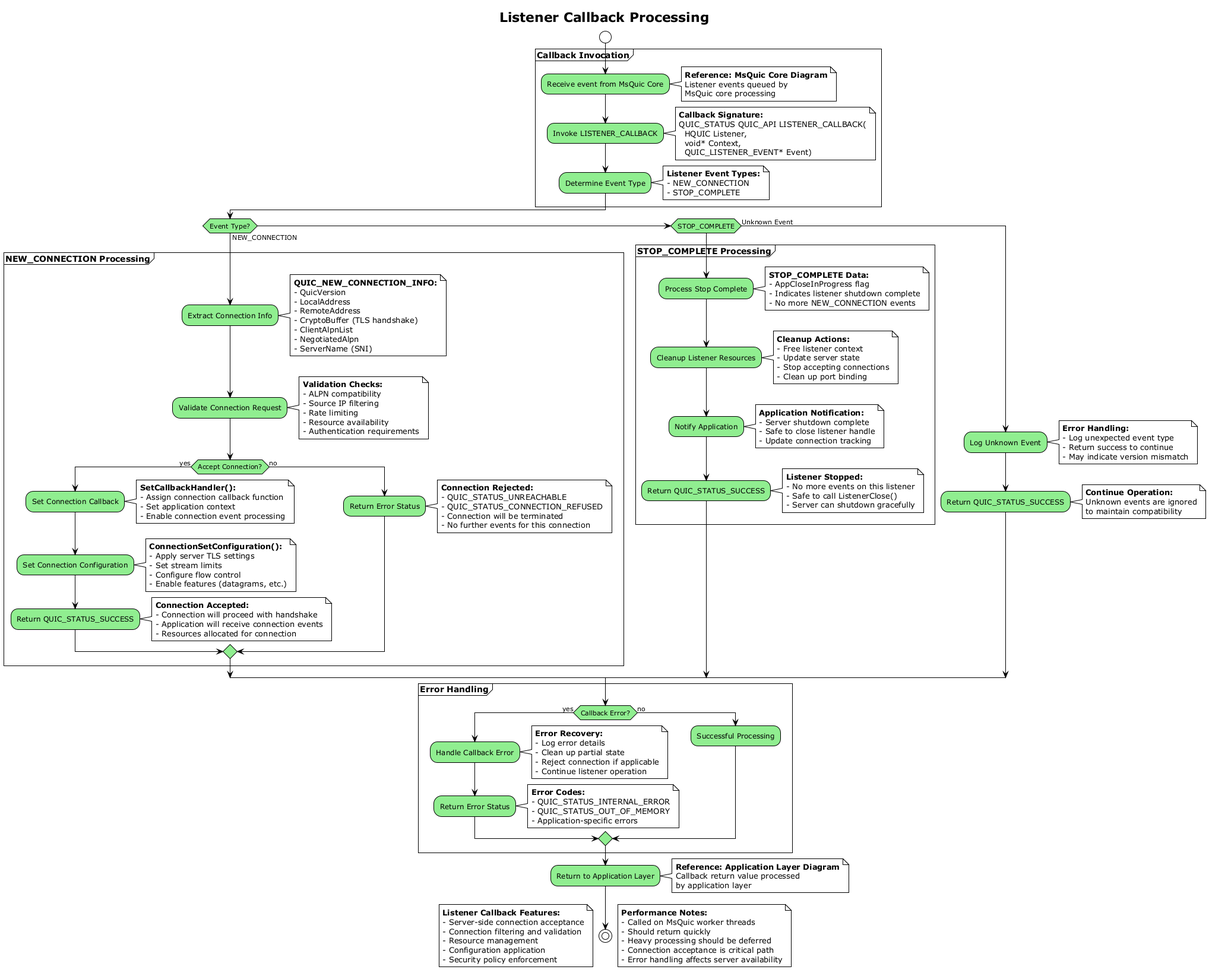
This is docs/images/discrete-activity-listener-callback-processing.png from mikebiz/quic-cert-user, a PlantUML export, as it was before one commit. The source it was exported from:
```plantuml
@startuml
!theme plain
skinparam activity {
  BackgroundColor lightgreen
  BorderColor black
  ArrowColor black
}

title Listener Callback Processing

start

partition "**Callback Invocation**" {
  :Receive event from MsQuic Core;
  note right
  **Reference: MsQuic Core Diagram**
  Listener events queued by
  MsQuic core processing
  end note

  :Invoke LISTENER_CALLBACK;
  note right
  **Callback Signature:**
  QUIC_STATUS QUIC_API LISTENER_CALLBACK(
    HQUIC Listener,
    void* Context,
    QUIC_LISTENER_EVENT* Event)
  end note

  :Determine Event Type;
  note right
  **Listener Event Types:**
  - NEW_CONNECTION
  - STOP_COMPLETE
  end note
}

if (Event Type?) then (NEW_CONNECTION)

  partition "**NEW_CONNECTION Processing**" {
    :Extract Connection Info;
    note right
    **QUIC_NEW_CONNECTION_INFO:**
    - QuicVersion
    - LocalAddress
    - RemoteAddress
    - CryptoBuffer (TLS handshake)
    - ClientAlpnList
    - NegotiatedAlpn
    - ServerName (SNI)
    end note

    :Validate Connection Request;
    note right
    **Validation Checks:**
    - ALPN compatibility
    - Source IP filtering
    - Rate limiting
    - Resource availability
    - Authentication requirements
    end note

    if (Accept Connection?) then (yes)
      :Set Connection Callback;
      note right
      **SetCallbackHandler():**
      - Assign connection callback function
      - Set application context
      - Enable connection event processing
      end note

      :Set Connection Configuration;
      note right
      **ConnectionSetConfiguration():**
      - Apply server TLS settings
      - Set stream limits
      - Configure flow control
      - Enable features (datagrams, etc.)
      end note

      :Return QUIC_STATUS_SUCCESS;
      note right
      **Connection Accepted:**
      - Connection will proceed with handshake
      - Application will receive connection events
      - Resources allocated for connection
      end note

    else (no)
      :Return Error Status;
      note right
      **Connection Rejected:**
      - QUIC_STATUS_UNREACHABLE
      - QUIC_STATUS_CONNECTION_REFUSED
      - Connection will be terminated
      - No further events for this connection
      end note
    endif
  }

elseif (STOP_COMPLETE)

  partition "**STOP_COMPLETE Processing**" {
    :Process Stop Complete;
    note right
    **STOP_COMPLETE Data:**
    - AppCloseInProgress flag
    - Indicates listener shutdown complete
    - No more NEW_CONNECTION events
    end note

    :Cleanup Listener Resources;
    note right
    **Cleanup Actions:**
    - Free listener context
    - Update server state
    - Stop accepting connections
    - Clean up port binding
    end note

    :Notify Application;
    note right
    **Application Notification:**
    - Server shutdown complete
    - Safe to close listener handle
    - Update connection tracking
    end note

    :Return QUIC_STATUS_SUCCESS;
    note right
    **Listener Stopped:**
    - No more events on this listener
    - Safe to call ListenerClose()
    - Server can shutdown gracefully
    end note
  }

else (Unknown Event)
  :Log Unknown Event;
  note right
  **Error Handling:**
  - Log unexpected event type
  - Return success to continue
  - May indicate version mismatch
  end note

  :Return QUIC_STATUS_SUCCESS;
  note right
  **Continue Operation:**
  Unknown events are ignored
  to maintain compatibility
  end note
endif

partition "**Error Handling**" {
  if (Callback Error?) then (yes)
    :Handle Callback Error;
    note right
    **Error Recovery:**
    - Log error details
    - Clean up partial state
    - Reject connection if applicable
    - Continue listener operation
    end note

    :Return Error Status;
    note right
    **Error Codes:**
    - QUIC_STATUS_INTERNAL_ERROR
    - QUIC_STATUS_OUT_OF_MEMORY
    - Application-specific errors
    end note
  else (no)
    :Successful Processing;
  endif
}

:Return to Application Layer;
note right
**Reference: Application Layer Diagram**
Callback return value processed
by application layer
end note

stop

note left
**Listener Callback Features:**
- Server-side connection acceptance
- Connection filtering and validation
- Resource management
- Configuration application
- Security policy enforcement
end note

note right
**Performance Notes:**
- Called on MsQuic worker threads
- Should return quickly
- Heavy processing should be deferred
- Connection acceptance is critical path
- Error handling affects server availability
end note
@enduml
```
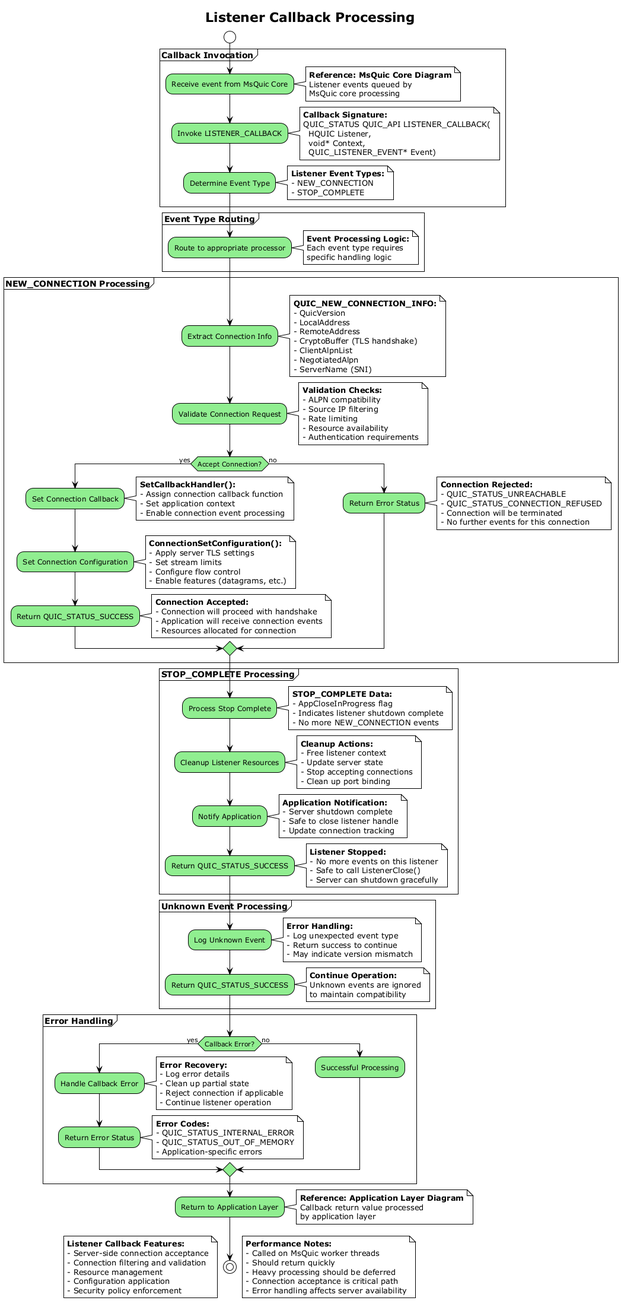
After the change.

What changed in the source:
```diff
@@ -35,107 +35,112 @@
   end note
 }
 
-if (Event Type?) then (NEW_CONNECTION)
+partition "**Event Type Routing**" {
+  :Route to appropriate processor;
+  note right
+  **Event Processing Logic:**
+  Each event type requires
+  specific handling logic
+  end note
+}
 
-  partition "**NEW_CONNECTION Processing**" {
-    :Extract Connection Info;
+partition "**NEW_CONNECTION Processing**" {
+  :Extract Connection Info;
+  note right
+  **QUIC_NEW_CONNECTION_INFO:**
+  - QuicVersion
+  - LocalAddress
+  - RemoteAddress
+  - CryptoBuffer (TLS handshake)
+  - ClientAlpnList
+  - NegotiatedAlpn
+  - ServerName (SNI)
+  end note
+
+  :Validate Connection Request;
+  note right
+  **Validation Checks:**
+  - ALPN compatibility
+  - Source IP filtering
+  - Rate limiting
+  - Resource availability
+  - Authentication requirements
+  end note
+
+  if (Accept Connection?) then (yes)
+    :Set Connection Callback;
     note right
-    **QUIC_NEW_CONNECTION_INFO:**
-    - QuicVersion
-    - LocalAddress
-    - RemoteAddress
-    - CryptoBuffer (TLS handshake)
-    - ClientAlpnList
-    - NegotiatedAlpn
-    - ServerName (SNI)
+    **SetCallbackHandler():**
+    - Assign connection callback function
+    - Set application context
+    - Enable connection event processing
     end note
 
-    :Validate Connection Request;
+    :Set Connection Configuration;
     note right
-    **Validation Checks:**
-    - ALPN compatibility
-    - Source IP filtering
-    - Rate limiting
-    - Resource availability
-    - Authentication requirements
-    end note
-
-    if (Accept Connection?) then (yes)
-      :Set Connection Callback;
-      note right
-      **SetCallbackHandler():**
-      - Assign connection callback function
-      - Set application context
-      - Enable connection event processing
-      end note
-
-      :Set Connection Configuration;
-      note right
-      **ConnectionSetConfiguration():**
-      - Apply server TLS settings
-      - Set stream limits
-      - Configure flow control
-      - Enable features (datagrams, etc.)
-      end note
-
-      :Return QUIC_STATUS_SUCCESS;
-      note right
-      **Connection Accepted:**
-      - Connection will proceed with handshake
-      - Application will receive connection events
-      - Resources allocated for connection
-      end note
-
-    else (no)
-      :Return Error Status;
-      note right
-      **Connection Rejected:**
-      - QUIC_STATUS_UNREACHABLE
-      - QUIC_STATUS_CONNECTION_REFUSED
-      - Connection will be terminated
-      - No further events for this connection
-      end note
-    endif
-  }
-
-elseif (STOP_COMPLETE)
-
-  partition "**STOP_COMPLETE Processing**" {
-    :Process Stop Complete;
-    note right
-    **STOP_COMPLETE Data:**
-    - AppCloseInProgress flag
-    - Indicates listener shutdown complete
-    - No more NEW_CONNECTION events
-    end note
-
-    :Cleanup Listener Resources;
-    note right
-    **Cleanup Actions:**
-    - Free listener context
-    - Update server state
-    - Stop accepting connections
-    - Clean up port binding
-    end note
-
-    :Notify Application;
-    note right
-    **Application Notification:**
-    - Server shutdown complete
-    - Safe to close listener handle
-    - Update connection tracking
+    **ConnectionSetConfiguration():**
+    - Apply server TLS settings
+    - Set stream limits
+    - Configure flow control
+    - Enable features (datagrams, etc.)
     end note
 
     :Return QUIC_STATUS_SUCCESS;
     note right
-    **Listener Stopped:**
-    - No more events on this listener
-    - Safe to call ListenerClose()
-    - Server can shutdown gracefully
+    **Connection Accepted:**
+    - Connection will proceed with handshake
+    - Application will receive connection events
+    - Resources allocated for connection
     end note
-  }
 
-else (Unknown Event)
+  else (no)
+    :Return Error Status;
+    note right
+    **Connection Rejected:**
+    - QUIC_STATUS_UNREACHABLE
+    - QUIC_STATUS_CONNECTION_REFUSED
+    - Connection will be terminated
+    - No further events for this connection
+    end note
+  endif
+}
+
+partition "**STOP_COMPLETE Processing**" {
+  :Process Stop Complete;
+  note right
+  **STOP_COMPLETE Data:**
+  - AppCloseInProgress flag
+  - Indicates listener shutdown complete
+  - No more NEW_CONNECTION events
+  end note
+
+  :Cleanup Listener Resources;
+  note right
+  **Cleanup Actions:**
+  - Free listener context
+  - Update server state
+  - Stop accepting connections
+  - Clean up port binding
+  end note
+
+  :Notify Application;
+  note right
+  **Application Notification:**
+  - Server shutdown complete
+  - Safe to close listener handle
+  - Update connection tracking
+  end note
+
+  :Return QUIC_STATUS_SUCCESS;
+  note right
+  **Listener Stopped:**
+  - No more events on this listener
+  - Safe to call ListenerClose()
+  - Server can shutdown gracefully
+  end note
+}
+
+partition "**Unknown Event Processing**" {
   :Log Unknown Event;
   note right
   **Error Handling:**
@@ -150,7 +155,7 @@
   Unknown events are ignored
   to maintain compatibility
   end note
-endif
+}
 
 partition "**Error Handling**" {
   if (Callback Error?) then (yes)
@@ -201,4 +206,5 @@
 - Connection acceptance is critical path
 - Error handling affects server availability
 end note
+
 @enduml
```
